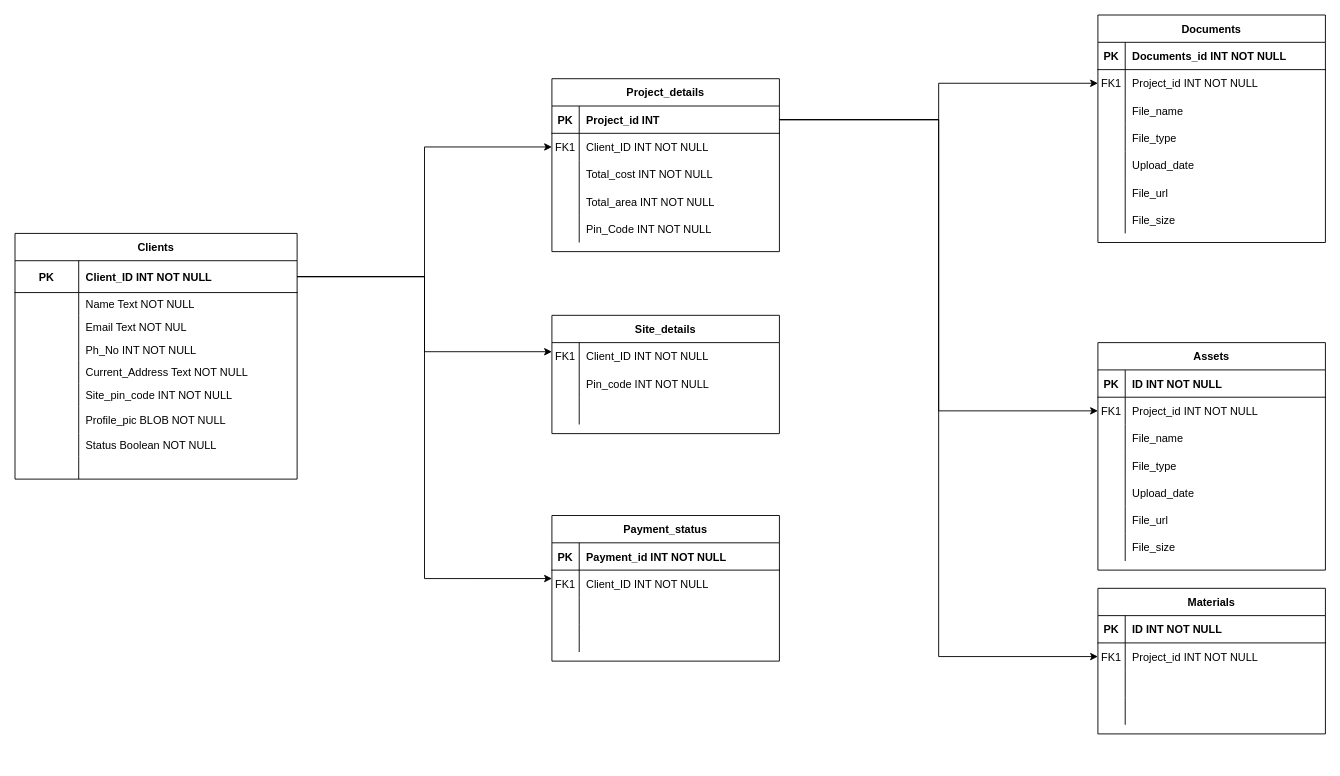
The draw.io diagram Untitled Diagram.drawio in tejudharanesh/database_design, before the edit. Source tidied: cells renumbered, new cells numbered last; positions are measured from the earlier drawing's top-left corner, leaving out a move shared by most shapes. Both pictures are drawn from the tidied source at 91%, with x=0, y=0 at pixel (15, 15).
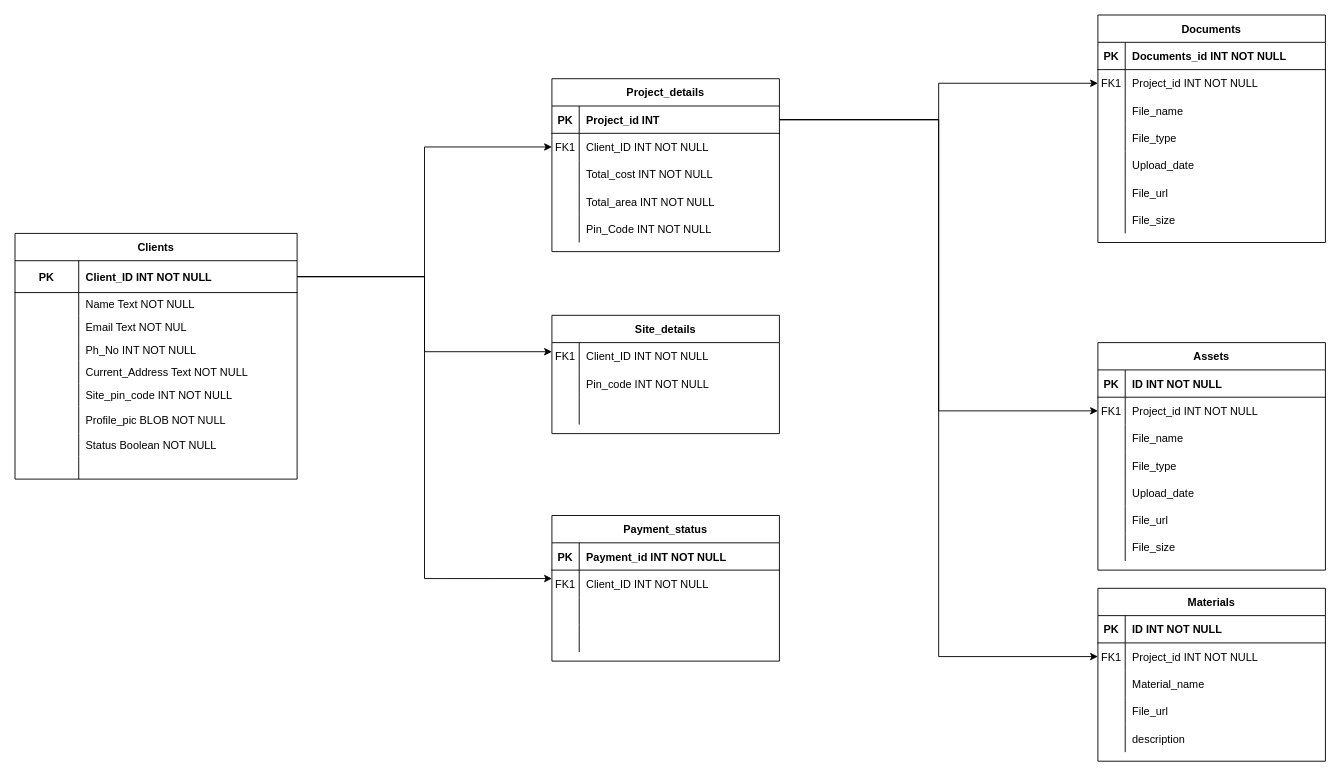
Above is the later version.

Unchanged cells that the change refers to:
```xml
<mxCell id="85" style="shape=partialRectangle;fillColor=none;top=0;left=0;right=0;bottom=0;" parent="78" vertex="1">
  <mxGeometry y="90" width="250" height="30" as="geometry" />
</mxCell>
<mxCell id="88" style="shape=partialRectangle;fillColor=none;top=0;left=0;right=0;bottom=0;" parent="78" vertex="1">
  <mxGeometry y="120" width="250" height="30" as="geometry" />
</mxCell>
```

The edit, as a diff of the source:
```diff
@@
     <mxCell id="78" value="Materials" style="shape=table;startSize=30;childLayout=tableLayout;rowLines=0;fontStyle=1;align=center;" parent="1" vertex="1">
-      <mxGeometry x="1190" y="630" width="250" height="160" as="geometry" />
+      <mxGeometry x="1190" y="630" width="250" height="190" as="geometry" />
     </mxCell>
@@
-    <mxCell id="87" style="shape=partialRectangle;overflow=hidden;fillColor=none;top=0;left=0;bottom=0;right=0;align=left;spacingLeft=6;" parent="85" vertex="1">
+    <mxCell id="87" value="Material_name" style="shape=partialRectangle;overflow=hidden;fillColor=none;top=0;left=0;bottom=0;right=0;align=left;spacingLeft=6;" parent="85" vertex="1">
       <mxGeometry x="30" width="220" height="30" as="geometry" />
     </mxCell>
@@
-    <mxCell id="90" style="shape=partialRectangle;overflow=hidden;fillColor=none;top=0;left=0;bottom=0;right=0;align=left;spacingLeft=6;" parent="88" vertex="1">
+    <mxCell id="90" value="File_url" style="shape=partialRectangle;overflow=hidden;fillColor=none;top=0;left=0;bottom=0;right=0;align=left;spacingLeft=6;" parent="88" vertex="1">
       <mxGeometry x="30" width="220" height="30" as="geometry" />
     </mxCell>
+    <mxCell id="132" style="shape=partialRectangle;fillColor=none;top=0;left=0;right=0;bottom=0;" parent="78" vertex="1">
+      <mxGeometry y="150" width="250" height="30" as="geometry" />
+    </mxCell>
+    <mxCell id="133" style="shape=partialRectangle;overflow=hidden;fillColor=none;top=0;left=0;bottom=0;right=0;" parent="132" vertex="1">
+      <mxGeometry width="30" height="30" as="geometry" />
+    </mxCell>
+    <mxCell id="134" value="description" style="shape=partialRectangle;overflow=hidden;fillColor=none;top=0;left=0;bottom=0;right=0;align=left;spacingLeft=6;" parent="132" vertex="1">
+      <mxGeometry x="30" width="220" height="30" as="geometry" />
+    </mxCell>
```
